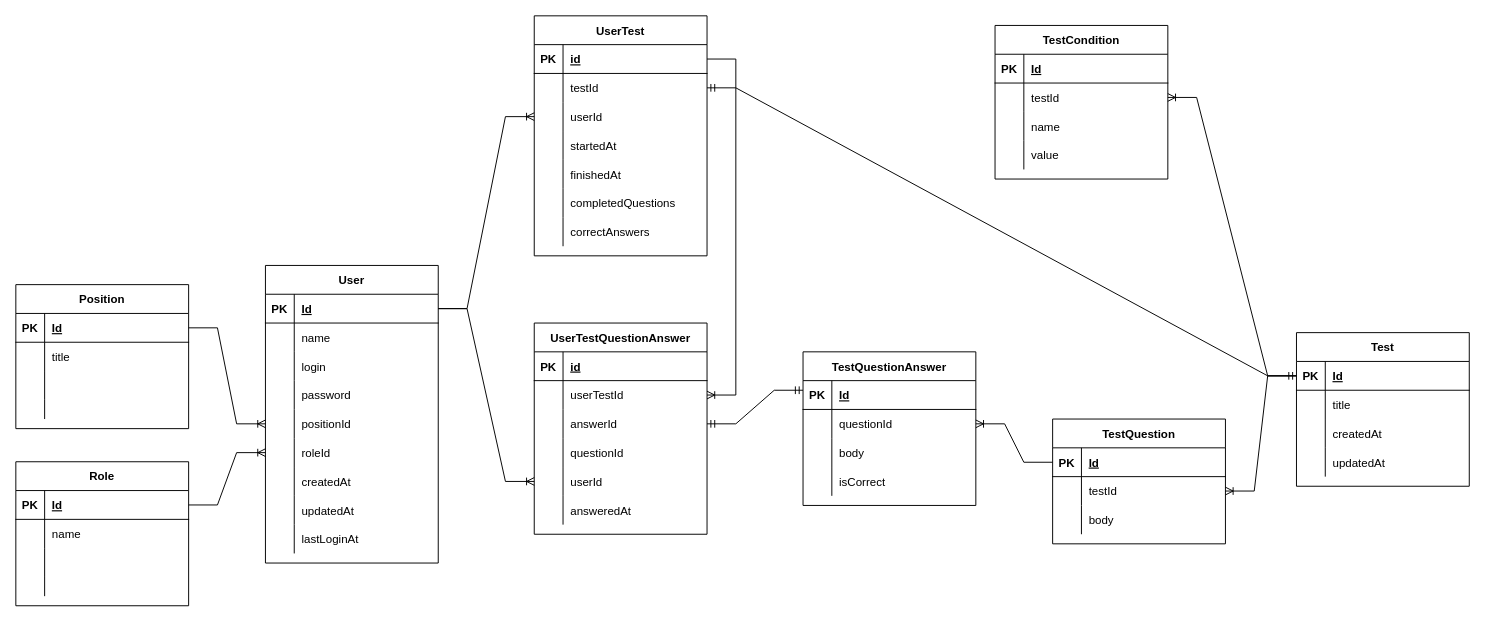
This is docs/database-scheme.drawio from aleksey-pavlov/employee-testing-app, a draw.io file, before an edit. Source tidied: cells renumbered, new cells numbered last; positions are measured from the earlier drawing's top-left corner, leaving out a move shared by most shapes. Both pictures are drawn from the tidied source at 96%, with x=0, y=0 at pixel (15, 15).
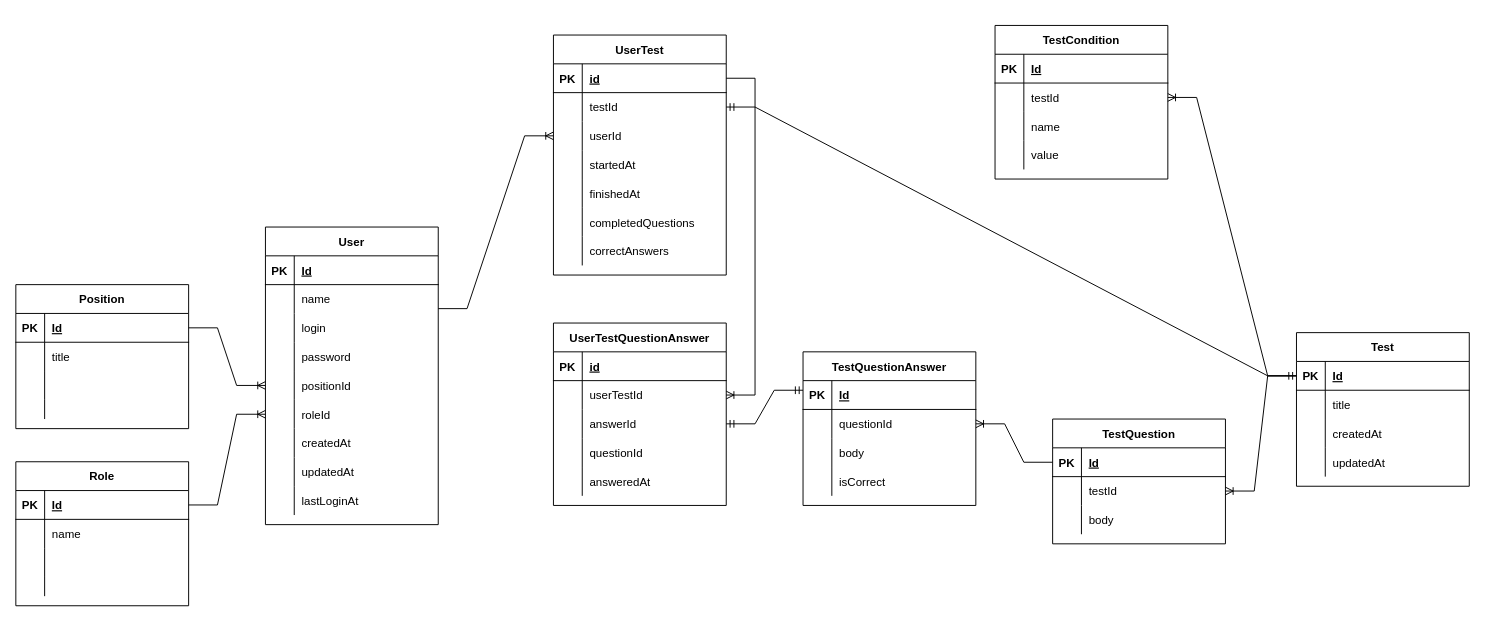
The same page after the edit.

Commit message (it also covers changes not shown here):
Upd: db scheme

The change refers to these unchanged cells:
```xml
<mxCell id="29" style="shape=tableRow;horizontal=0;startSize=0;swimlaneHead=0;swimlaneBody=0;fillColor=none;points=[[0,0.5],[1,0.5]];portConstraint=eastwest;top=0;left=0;right=0;bottom=1;" parent="28" vertex="1">
  <mxGeometry y="30" width="180" height="30" as="geometry" />
</mxCell>
<mxCell id="111" style="shape=tableRow;horizontal=0;startSize=0;swimlaneHead=0;swimlaneBody=0;fillColor=none;points=[[0,0.5],[1,0.5]];portConstraint=eastwest;top=0;left=0;right=0;bottom=1;" parent="110" vertex="1">
  <mxGeometry y="30" width="180" height="30" as="geometry" />
</mxCell>
<mxCell id="140" style="shape=tableRow;horizontal=0;startSize=0;swimlaneHead=0;swimlaneBody=0;fillColor=none;points=[[0,0.5],[1,0.5]];portConstraint=eastwest;top=0;left=0;right=0;bottom=0;" parent="133" vertex="1">
  <mxGeometry y="90" width="180" height="30" as="geometry" />
</mxCell>
```

Diff of the diagram source:
```diff
@@
     <mxCell id="28" value="User" style="shape=table;startSize=30;childLayout=tableLayout;rowLines=0;fontStyle=1;align=center;" parent="1" vertex="1">
-      <mxGeometry x="260" y="260" width="180" height="310" as="geometry" />
+      <mxGeometry x="260" y="220" width="180" height="310" as="geometry" />
     </mxCell>
@@
     <mxCell id="110" value="UserTest" style="shape=table;startSize=30;childLayout=tableLayout;rowLines=0;fontStyle=1;align=center;" parent="1" vertex="1">
-      <mxGeometry x="540" width="180" height="250" as="geometry" />
+      <mxGeometry x="560" y="20" width="180" height="250" as="geometry" />
     </mxCell>
@@
     <mxCell id="133" value="UserTestQuestionAnswer" style="shape=table;startSize=30;childLayout=tableLayout;rowLines=0;fontStyle=1;align=center;" parent="1" vertex="1">
-      <mxGeometry x="540" y="320" width="180" height="220" as="geometry" />
+      <mxGeometry x="560" y="320" width="180" height="190" as="geometry" />
     </mxCell>
@@
-    <mxCell id="137" style="shape=tableRow;horizontal=0;startSize=0;swimlaneHead=0;swimlaneBody=0;fillColor=none;points=[[0,0.5],[1,0.5]];portConstraint=eastwest;top=0;left=0;right=0;bottom=0;" parent="133" vertex="1">
-      <mxGeometry y="60" width="180" height="30" as="geometry" />
-    </mxCell>
-    <mxCell id="138" style="shape=partialRectangle;fillColor=none;top=0;left=0;bottom=0;right=0;overflow=hidden;" parent="137" vertex="1">
-      <mxGeometry width="30" height="30" as="geometry" />
-    </mxCell>
-    <mxCell id="139" value="userTestId" style="shape=partialRectangle;fillColor=none;top=0;left=0;bottom=0;right=0;align=left;spacingLeft=6;overflow=hidden;" parent="137" vertex="1">
-      <mxGeometry x="30" width="150" height="30" as="geometry" />
-    </mxCell>
+    <mxCell id="146" style="shape=tableRow;horizontal=0;startSize=0;swimlaneHead=0;swimlaneBody=0;fillColor=none;points=[[0,0.5],[1,0.5]];portConstraint=eastwest;top=0;left=0;right=0;bottom=0;" parent="133" vertex="1">
+      <mxGeometry y="60" width="180" height="30" as="geometry" />
+    </mxCell>
+    <mxCell id="147" style="shape=partialRectangle;fillColor=none;top=0;left=0;bottom=0;right=0;overflow=hidden;" parent="146" vertex="1">
+      <mxGeometry width="30" height="30" as="geometry" />
+    </mxCell>
+    <mxCell id="148" value="userTestId" style="shape=partialRectangle;fillColor=none;top=0;left=0;bottom=0;right=0;align=left;spacingLeft=6;overflow=hidden;" parent="146" vertex="1">
+      <mxGeometry x="30" width="150" height="30" as="geometry" />
+    </mxCell>
@@
-    <mxCell id="141" style="shape=partialRectangle;fillColor=none;top=0;left=0;bottom=0;right=0;overflow=hidden;" parent="140" vertex="1">
-      <mxGeometry width="30" height="30" as="geometry" />
-    </mxCell>
+    <mxCell id="156" style="shape=partialRectangle;fillColor=none;top=0;left=0;bottom=0;right=0;overflow=hidden;" parent="140" vertex="1">
+      <mxGeometry width="30" height="30" as="geometry" />
+    </mxCell>
@@
-    <mxCell id="146" style="shape=tableRow;horizontal=0;startSize=0;swimlaneHead=0;swimlaneBody=0;fillColor=none;points=[[0,0.5],[1,0.5]];portConstraint=eastwest;top=0;left=0;right=0;bottom=0;" parent="133" vertex="1">
-      <mxGeometry y="150" width="180" height="30" as="geometry" />
-    </mxCell>
-    <mxCell id="147" style="shape=partialRectangle;fillColor=none;top=0;left=0;bottom=0;right=0;overflow=hidden;" parent="146" vertex="1">
-      <mxGeometry width="30" height="30" as="geometry" />
-    </mxCell>
-    <mxCell id="148" value="userId" style="shape=partialRectangle;fillColor=none;top=0;left=0;bottom=0;right=0;align=left;spacingLeft=6;overflow=hidden;" parent="146" vertex="1">
-      <mxGeometry x="30" width="150" height="30" as="geometry" />
-    </mxCell>
     <mxCell id="149" style="shape=tableRow;horizontal=0;startSize=0;swimlaneHead=0;swimlaneBody=0;fillColor=none;top=0;left=0;right=0;bottom=0;" parent="133" vertex="1">
-      <mxGeometry y="180" width="180" height="30" as="geometry" />
+      <mxGeometry y="150" width="180" height="30" as="geometry" />
     </mxCell>
@@
-    <mxCell id="153" style="edgeStyle=entityRelationEdgeStyle;fontSize=12;html=1;endArrow=ERoneToMany;rounded=0;exitX=1;exitY=0.5;exitDx=0;exitDy=0;entryX=0;entryY=0.5;entryDx=0;entryDy=0;" parent="1" edge="1" source="29" target="146">
-      <mxGeometry relative="1" as="geometry" />
-    </mxCell>
@@
-    <mxCell id="155" style="edgeStyle=entityRelationEdgeStyle;fontSize=12;html=1;endArrow=ERoneToMany;rounded=0;exitX=1;exitY=0.5;exitDx=0;exitDy=0;entryX=1;entryY=0.5;entryDx=0;entryDy=0;" parent="1" edge="1" source="111" target="137">
-      <mxGeometry relative="1" as="geometry" />
-    </mxCell>
+    <mxCell id="157" style="edgeStyle=entityRelationEdgeStyle;fontSize=12;html=1;endArrow=ERoneToMany;rounded=0;entryX=1;entryY=0.5;entryDx=0;entryDy=0;" parent="1" edge="1" source="111" target="146">
+      <mxGeometry relative="1" as="geometry" />
+    </mxCell>
```
